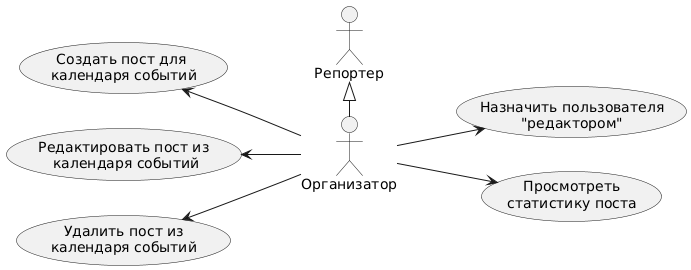
This is diagrams/usecase_Organisator.png from eatdetey/kubsuEVENTS, a PlantUML export, as it was before one commit. Source of this version:
```plantuml
@startuml
actor "Репортер" as rep
actor "Организатор" as org
usecase "Создать пост для \nкалендаря событий" as createEv
usecase "Редактировать пост из\n календаря событий" as editEv
usecase "Удалить пост из\n календаря событий " as deleteEv
usecase "Назначить пользователя\n"редактором"" as addRole
usecase "Просмотреть\nстатистику поста" as checkStats
left to right direction
rep <|- org
createEv <-- org
editEv <-- org
deleteEv <-- org
org --> addRole
org --> checkStats
@enduml
```
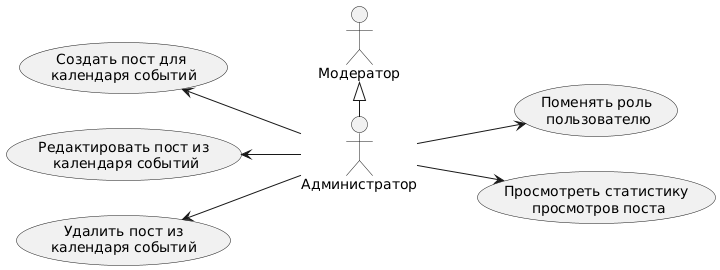
Later version of the same file.

Diff of the diagram source:
```diff
@@ -1,11 +1,11 @@
 @startuml
-actor "Репортер" as rep
-actor "Организатор" as org
+actor "Модератор" as rep
+actor "Администратор" as org
 usecase "Создать пост для \nкалендаря событий" as createEv
 usecase "Редактировать пост из\n календаря событий" as editEv
 usecase "Удалить пост из\n календаря событий " as deleteEv
-usecase "Назначить пользователя\n"редактором"" as addRole
-usecase "Просмотреть\nстатистику поста" as checkStats
+usecase "Поменять роль\n пользователю" as addRole
+usecase "Просмотреть статистику\n просмотров поста" as checkStats
 left to right direction
 rep <|- org
 createEv <-- org
```
